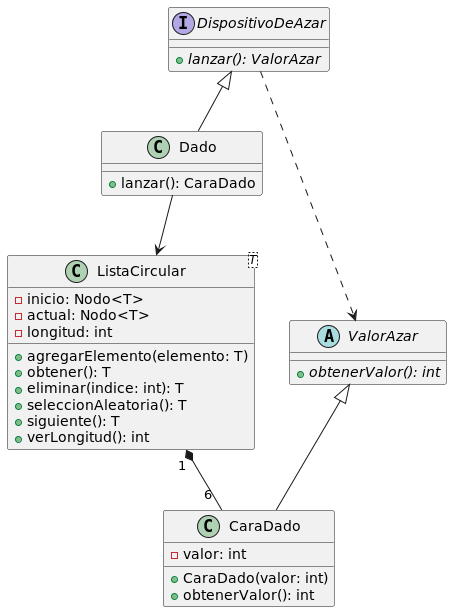
Before: diagrams/classes/DiagramasAlgoRoma/DispositivoDeAzar.png, a diagram exported from PlantUML (CrissRMFI/TP2-AlgoIII).
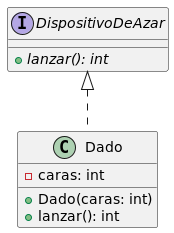
Above is the later version.

The edit, as a diff of the source:
```diff
@@ -1,43 +1,16 @@
 @startuml DispositivoDeAzar
 
 interface DispositivoDeAzar{
-    {abstract}+lanzar(): ValorAzar
+    +{abstract}lanzar(): int
 }
 
-abstract class ValorAzar{
-    +{abstract}obtenerValor(): int
+
+class Dado{
+    -caras: int
+    +Dado(caras: int)
+    +lanzar(): int
 }
 
-class Dado{
-    +lanzar(): CaraDado
-}
-
-class CaraDado{
-    -valor: int
-    +CaraDado(valor: int)
-    +obtenerValor(): int
-}
-
-class ListaCircular<T>{
-    -inicio: Nodo<T>
-    -actual: Nodo<T>
-    -longitud: int
-    +agregarElemento(elemento: T)
-    +obtener(): T
-    +eliminar(indice: int): T
-    +seleccionAleatoria(): T
-    +siguiente(): T
-    +verLongitud(): int
-}
-
-DispositivoDeAzar ..> ValorAzar
-DispositivoDeAzar <|-- Dado
-
-ListaCircular -[hidden]> ValorAzar
-
-Dado --> ListaCircular
-ListaCircular "1 " *-- "6 " CaraDado
-
-ValorAzar <|-- CaraDado
+DispositivoDeAzar <|.. Dado
 
 @enduml
```
